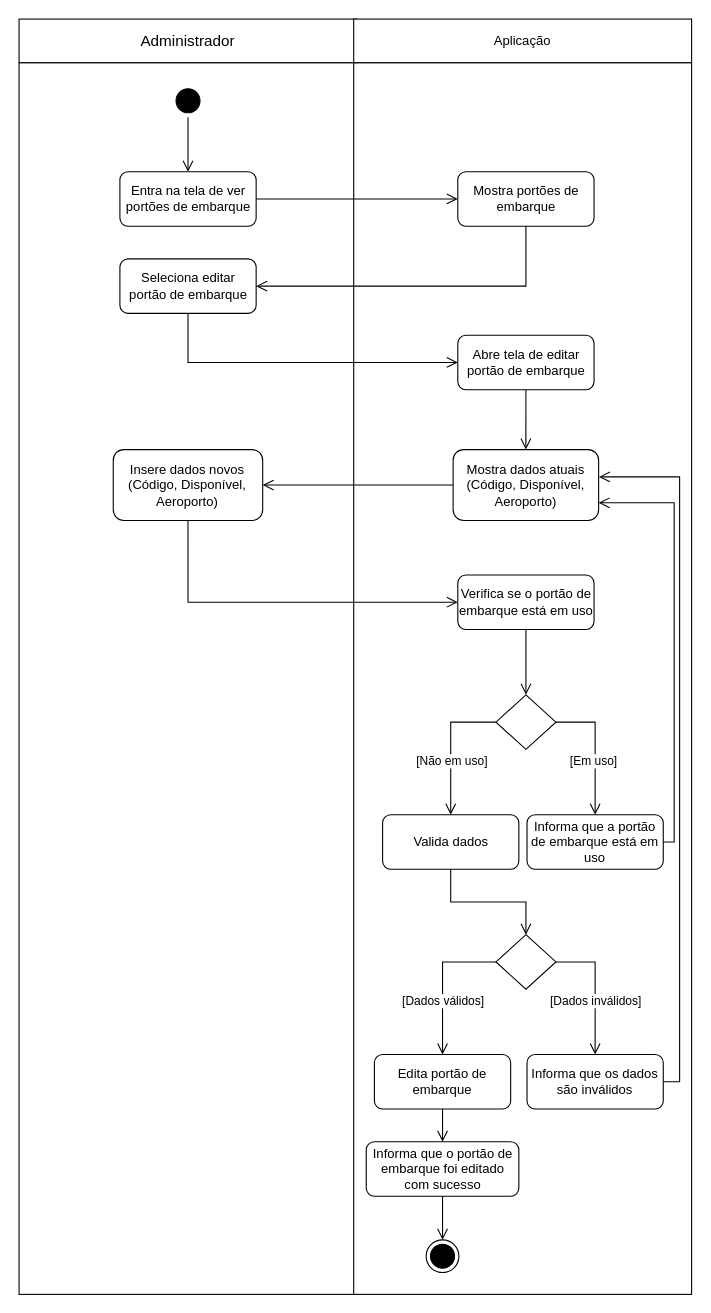
GabrielGMori/trabalho-conclus-o-ano keeps this draw.io diagram as Diagramas/Eng_de_Software/Modelos/Atividade/Update_Portao_de_Embarque.drawio. Above is the earlier version. Source tidied: cells renumbered, new cells numbered last; positions are measured from the earlier drawing's top-left corner, leaving out a move shared by most shapes. Both pictures are drawn from the tidied source at 109%, with x=0, y=0 at pixel (19, 19).
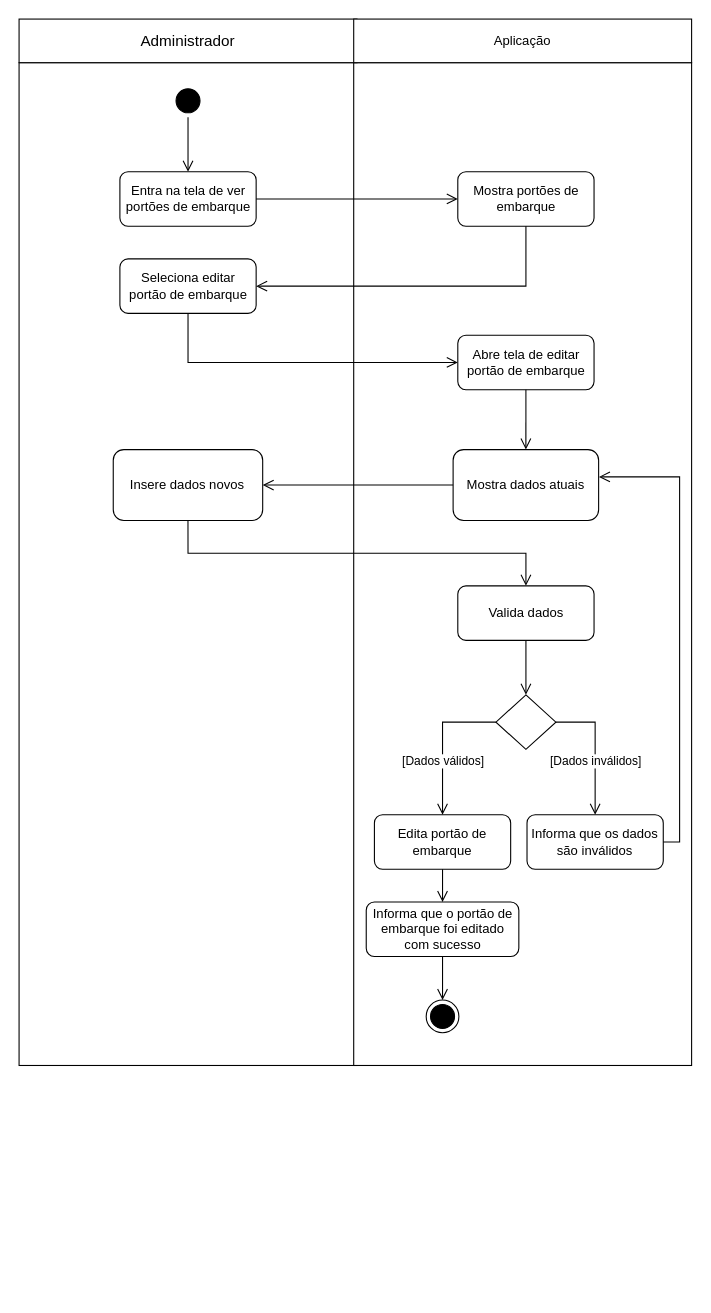
Above is the later version.

What changed in the source:
```diff
@@
     <mxCell id="2" style="rounded=0;whiteSpace=wrap;html=1;" parent="1" vertex="1">
-      <mxGeometry y="40" width="310" height="1130" as="geometry" />
+      <mxGeometry y="40" width="310" height="920" as="geometry" />
     </mxCell>
     <mxCell id="3" style="rounded=0;whiteSpace=wrap;html=1;" parent="1" vertex="1">
-      <mxGeometry x="307" y="40" width="310" height="1130" as="geometry" />
+      <mxGeometry x="307" y="40" width="310" height="920" as="geometry" />
     </mxCell>
@@
-    <mxCell id="9" value="Mostra dados atuais (Código, Disponível, Aeroporto)" style="rounded=1;whiteSpace=wrap;html=1;" parent="1" vertex="1">
+    <mxCell id="9" value="Mostra dados atuais" style="rounded=1;whiteSpace=wrap;html=1;" parent="1" vertex="1">
       <mxGeometry x="398.2" y="395" width="133.5" height="65" as="geometry" />
     </mxCell>
@@
     <mxCell id="11" value="Valida dados" style="rounded=1;whiteSpace=wrap;html=1;" parent="1" vertex="1">
-      <mxGeometry x="333.5" y="730" width="125" height="50" as="geometry" />
+      <mxGeometry x="402.5" y="520" width="125" height="50" as="geometry" />
     </mxCell>
-    <mxCell id="12" style="edgeStyle=orthogonalEdgeStyle;html=1;verticalAlign=bottom;endArrow=open;endSize=8;strokeColor=#000000;rounded=0;entryX=0;entryY=0.5;entryDx=0;entryDy=0;exitX=0.5;exitY=1;exitDx=0;exitDy=0;" parent="1" edge="1" source="32" target="38">
+    <mxCell id="12" style="edgeStyle=orthogonalEdgeStyle;html=1;verticalAlign=bottom;endArrow=open;endSize=8;strokeColor=#000000;rounded=0;entryX=0.5;entryY=0;entryDx=0;entryDy=0;exitX=0.5;exitY=1;exitDx=0;exitDy=0;" parent="1" edge="1" source="32" target="11">
       <mxGeometry relative="1" as="geometry" />
     </mxCell>
     <mxCell id="13" style="rhombus;whiteSpace=wrap;html=1;" parent="1" vertex="1">
-      <mxGeometry x="437.5" y="840" width="55" height="50" as="geometry" />
+      <mxGeometry x="437.5" y="620" width="55" height="50" as="geometry" />
     </mxCell>
     <mxCell id="14" value="Informa que os dados são inválidos" style="rounded=1;whiteSpace=wrap;html=1;" parent="1" vertex="1">
-      <mxGeometry x="466" y="950" width="125" height="50" as="geometry" />
+      <mxGeometry x="466" y="730" width="125" height="50" as="geometry" />
     </mxCell>
@@
     <mxCell id="17" style="edgeStyle=orthogonalEdgeStyle;html=1;verticalAlign=bottom;endArrow=open;endSize=8;strokeColor=#000000;rounded=0;exitX=1;exitY=0.5;exitDx=0;exitDy=0;" parent="1" edge="1" source="14">
       <mxGeometry relative="1" as="geometry">
         <mxPoint x="532" y="420" as="targetPoint" />
         <Array as="points">
-          <mxPoint x="606" y="975" />
+          <mxPoint x="606" y="755" />
           <mxPoint x="606" y="420" />
         </Array>
       </mxGeometry>
     </mxCell>
     <mxCell id="18" value="Edita portão de embarque" style="rounded=1;whiteSpace=wrap;html=1;" parent="1" vertex="1">
-      <mxGeometry x="326" y="950" width="125" height="50" as="geometry" />
+      <mxGeometry x="326" y="730" width="125" height="50" as="geometry" />
     </mxCell>
     <mxCell id="19" value="&lt;div&gt;Informa que o portão de embarque&amp;nbsp;&lt;span style=&quot;background-color: initial;&quot;&gt;foi editado com sucesso&lt;/span&gt;&lt;/div&gt;" style="rounded=1;whiteSpace=wrap;html=1;" parent="1" vertex="1">
-      <mxGeometry x="318.5" y="1030" width="140" height="50" as="geometry" />
+      <mxGeometry x="318.5" y="810" width="140" height="50" as="geometry" />
     </mxCell>
@@
     <mxCell id="23" style="ellipse;html=1;shape=endState;fillColor=#000000;strokeColor=#000000;" parent="1" vertex="1">
-      <mxGeometry x="373.5" y="1120" width="30" height="30" as="geometry" />
+      <mxGeometry x="373.5" y="900" width="30" height="30" as="geometry" />
     </mxCell>
@@
-    <mxCell id="32" value="Insere dados novos (Código, Disponível, Aeroporto)" style="rounded=1;whiteSpace=wrap;html=1;" parent="1" vertex="1">
+    <mxCell id="32" value="Insere dados novos" style="rounded=1;whiteSpace=wrap;html=1;" parent="1" vertex="1">
       <mxGeometry x="86.4" y="395" width="137.1" height="65" as="geometry" />
     </mxCell>
-    <mxCell id="33" style="rhombus;whiteSpace=wrap;html=1;" parent="1" vertex="1">
-      <mxGeometry x="437.5" y="620" width="55" height="50" as="geometry" />
-    </mxCell>
-    <mxCell id="34" style="edgeStyle=orthogonalEdgeStyle;html=1;verticalAlign=bottom;endArrow=open;endSize=8;strokeColor=#000000;rounded=0;entryX=0.5;entryY=0;entryDx=0;entryDy=0;exitX=0;exitY=0.5;exitDx=0;exitDy=0;" parent="1" edge="1" source="33" target="11">
-      <mxGeometry relative="1" as="geometry" />
-    </mxCell>
-    <mxCell id="35" value="[Não em uso]" style="edgeLabel;html=1;align=center;verticalAlign=middle;" parent="34" vertex="1">
-      <mxGeometry x="-0.35" y="-2" relative="1" as="geometry">
-        <mxPoint y="37" as="offset" />
-      </mxGeometry>
-    </mxCell>
@@
-    <mxCell id="37" style="edgeStyle=orthogonalEdgeStyle;html=1;verticalAlign=bottom;endArrow=open;endSize=8;strokeColor=#000000;rounded=0;entryX=0.5;entryY=0;entryDx=0;entryDy=0;exitX=1;exitY=0.5;exitDx=0;exitDy=0;" parent="1" edge="1" source="33" target="41">
-      <mxGeometry relative="1" as="geometry">
-        <Array as="points">
-          <mxPoint x="528" y="645" />
-        </Array>
-      </mxGeometry>
-    </mxCell>
-    <mxCell id="38" value="Verifica se o portão de embarque está em uso" style="rounded=1;whiteSpace=wrap;html=1;" parent="1" vertex="1">
-      <mxGeometry x="402.5" y="510" width="125" height="50" as="geometry" />
-    </mxCell>
-    <mxCell id="39" value="[Em uso]" style="edgeLabel;html=1;align=center;verticalAlign=middle;" parent="1" vertex="1">
-      <mxGeometry x="526" y="680" as="geometry" />
-    </mxCell>
-    <mxCell id="40" style="edgeStyle=orthogonalEdgeStyle;html=1;verticalAlign=bottom;endArrow=open;endSize=8;strokeColor=#000000;rounded=0;exitX=0.5;exitY=1;exitDx=0;exitDy=0;entryX=0.5;entryY=0;entryDx=0;entryDy=0;" parent="1" edge="1" source="38" target="33">
-      <mxGeometry relative="1" as="geometry" />
-    </mxCell>
-    <mxCell id="41" value="Informa que a portão de embarque está em uso" style="rounded=1;whiteSpace=wrap;html=1;" parent="1" vertex="1">
-      <mxGeometry x="466" y="730" width="125" height="50" as="geometry" />
-    </mxCell>
-    <mxCell id="42" style="edgeStyle=orthogonalEdgeStyle;html=1;verticalAlign=bottom;endArrow=open;endSize=8;strokeColor=#000000;rounded=0;exitX=1;exitY=0.5;exitDx=0;exitDy=0;entryX=1;entryY=0.75;entryDx=0;entryDy=0;" parent="1" edge="1" source="41" target="9">
-      <mxGeometry relative="1" as="geometry" />
-    </mxCell>
```
